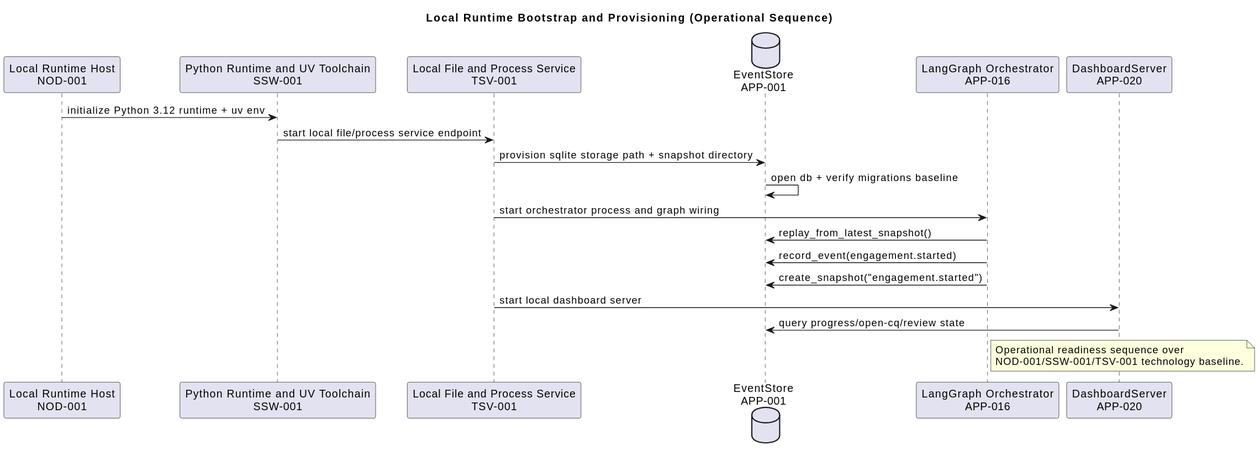
Earlier version of the PlantUML export engagements/ENG-001/work-repositories/architecture-repository/diagram-catalog/rendered/technology-sequence-runtime-bootstrap-provisioning-v1.svg (mbauer83/sdlc-multi-agent-system). Its diagram source:
```plantuml
@startuml
title Local Runtime Bootstrap and Provisioning (Operational Sequence)

participant "Local Runtime Host\nNOD-001" as NOD_001
participant "Python Runtime and UV Toolchain\nSSW-001" as SSW_001
participant "Local File and Process Service\nTSV-001" as TSV_001
database "EventStore\nAPP-001" as APP_001
participant "LangGraph Orchestrator\nAPP-016" as APP_016
participant "DashboardServer\nAPP-020" as APP_020

NOD_001 -> SSW_001: initialize Python 3.12 runtime + uv env
SSW_001 -> TSV_001: start local file/process service endpoint
TSV_001 -> APP_001: provision sqlite storage path + snapshot directory
APP_001 -> APP_001: open db + verify migrations baseline
TSV_001 -> APP_016: start orchestrator process and graph wiring
APP_016 -> APP_001: replay_from_latest_snapshot()
APP_016 -> APP_001: record_event(engagement.started)
APP_016 -> APP_001: create_snapshot("engagement.started")
TSV_001 -> APP_020: start local dashboard server
APP_020 -> APP_001: query progress/open-cq/review state

note right of APP_016
Operational readiness sequence over
NOD-001/SSW-001/TSV-001 technology baseline.
end note
@enduml
```
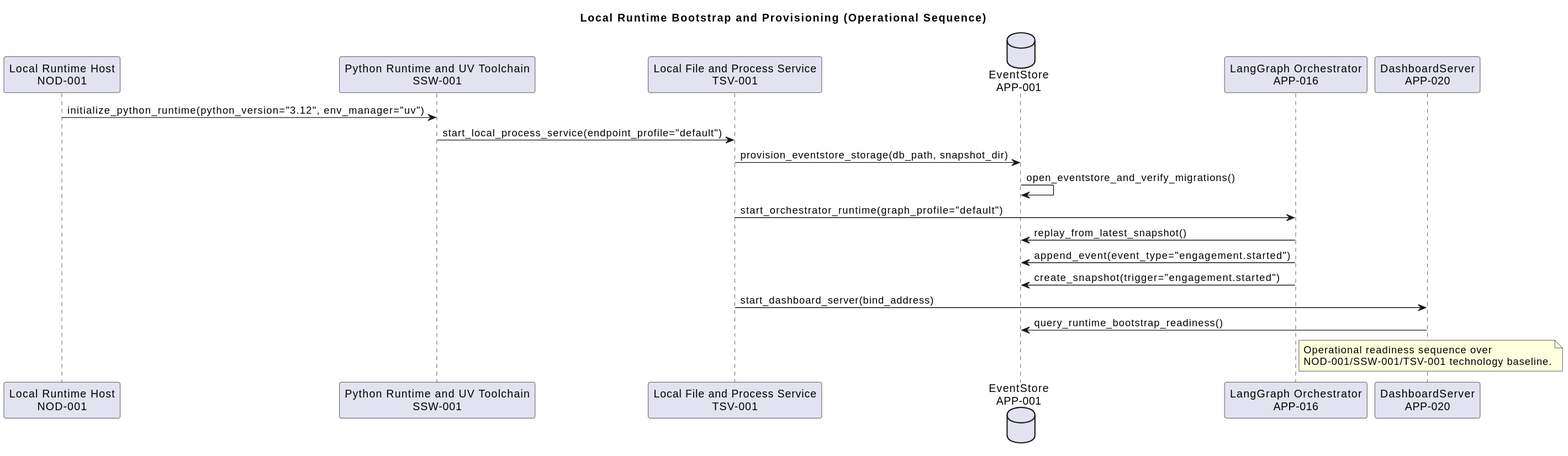
Later version of the same file.

The edit, as a diff of the source:
```diff
@@ -8,16 +8,16 @@
 participant "LangGraph Orchestrator\nAPP-016" as APP_016
 participant "DashboardServer\nAPP-020" as APP_020
 
-NOD_001 -> SSW_001: initialize Python 3.12 runtime + uv env
-SSW_001 -> TSV_001: start local file/process service endpoint
-TSV_001 -> APP_001: provision sqlite storage path + snapshot directory
-APP_001 -> APP_001: open db + verify migrations baseline
-TSV_001 -> APP_016: start orchestrator process and graph wiring
+NOD_001 -> SSW_001: initialize_python_runtime(python_version="3.12", env_manager="uv")
+SSW_001 -> TSV_001: start_local_process_service(endpoint_profile="default")
+TSV_001 -> APP_001: provision_eventstore_storage(db_path, snapshot_dir)
+APP_001 -> APP_001: open_eventstore_and_verify_migrations()
+TSV_001 -> APP_016: start_orchestrator_runtime(graph_profile="default")
 APP_016 -> APP_001: replay_from_latest_snapshot()
-APP_016 -> APP_001: record_event(engagement.started)
-APP_016 -> APP_001: create_snapshot("engagement.started")
-TSV_001 -> APP_020: start local dashboard server
-APP_020 -> APP_001: query progress/open-cq/review state
+APP_016 -> APP_001: append_event(event_type="engagement.started")
+APP_016 -> APP_001: create_snapshot(trigger="engagement.started")
+TSV_001 -> APP_020: start_dashboard_server(bind_address)
+APP_020 -> APP_001: query_runtime_bootstrap_readiness()
 
 note right of APP_016
 Operational readiness sequence over
```
